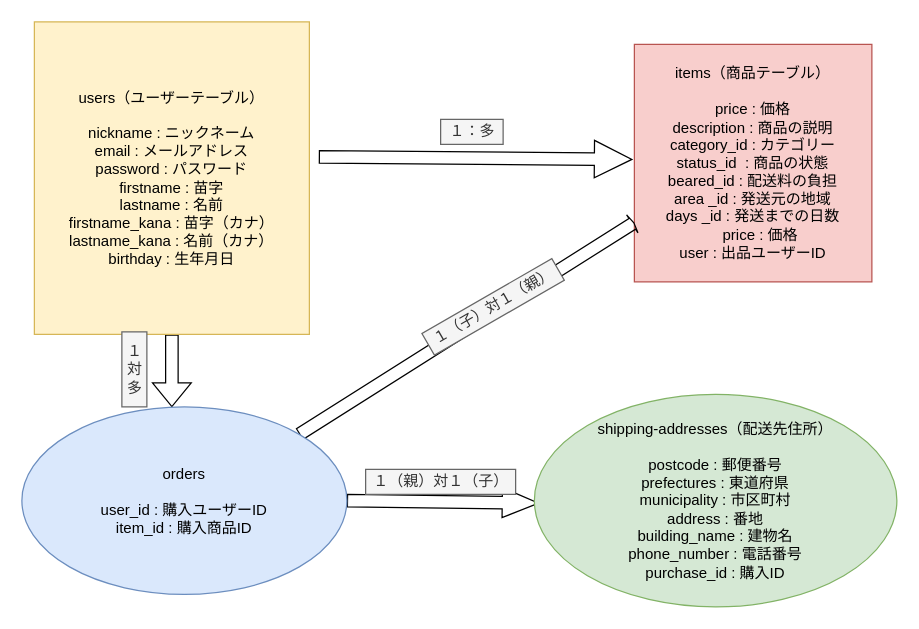
This is erfigure.drawio from Toshi0619/furima-29092, a draw.io file, before an edit. Source tidied: cells renumbered, new cells numbered last; positions are measured from the earlier drawing's top-left corner, leaving out a move shared by most shapes. Both pictures are drawn from the tidied source at 125%, with x=0, y=0 at pixel (21, 21).
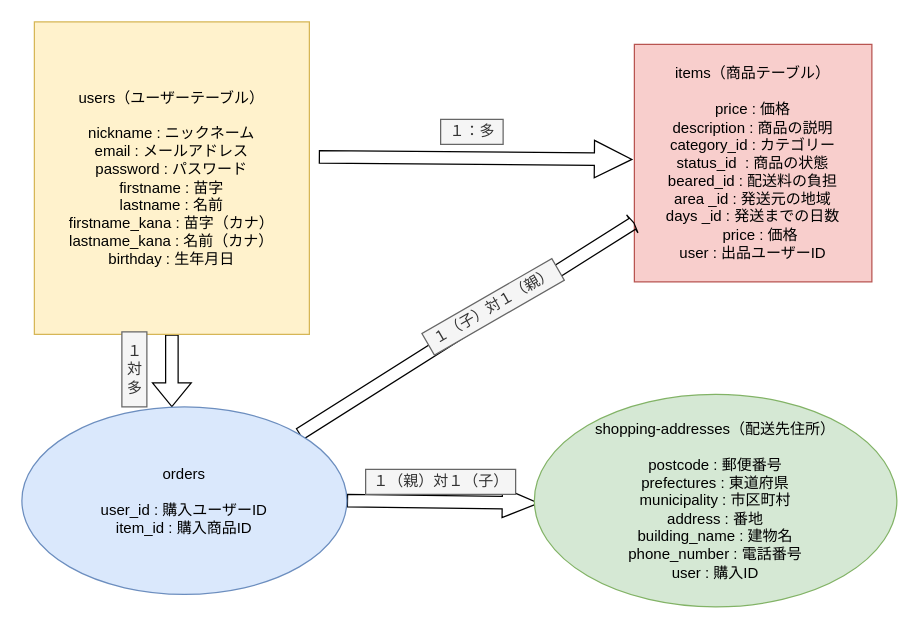
The same page after the edit.

The edit, as a diff of the source:
```diff
@@
 <mxGraphModel>
   <root>
     <mxCell id="0" />
     <mxCell id="1" parent="0" />
     <mxCell id="2" style="edgeStyle=orthogonalEdgeStyle;shape=arrow;rounded=0;orthogonalLoop=1;jettySize=auto;html=1;" parent="1" edge="1">
       <mxGeometry relative="1" as="geometry">
         <mxPoint x="238" y="108" as="sourcePoint" />
         <mxPoint x="488" y="110" as="targetPoint" />
       </mxGeometry>
     </mxCell>
     <mxCell id="3" style="edgeStyle=orthogonalEdgeStyle;shape=flexArrow;rounded=0;jumpSize=13;jettySize=auto;html=1;fontColor=#000000;" parent="1" edge="1" source="4" target="8">
       <mxGeometry relative="1" as="geometry">
         <Array as="points">
           <mxPoint x="120" y="328" />
           <mxPoint x="120" y="328" />
         </Array>
       </mxGeometry>
     </mxCell>
     <mxCell id="4" value="users（ユーザーテーブル）&lt;br&gt;&lt;br&gt;nickname : ニックネーム&lt;br&gt;email : メールアドレス&lt;br&gt;password : パスワード&lt;br&gt;firstname : 苗字&lt;br&gt;lastname : 名前&lt;br&gt;firstname_kana : 苗字（カナ）&lt;br&gt;lastname_kana : 名前（カナ）&lt;br&gt;birthday : 生年月日" style="whiteSpace=wrap;html=1;fillColor=#fff2cc;strokeColor=#d6b656;fontColor=#000000;" parent="1" vertex="1">
       <mxGeometry x="10" width="220" height="250" as="geometry" />
     </mxCell>
     <mxCell id="5" value="items（商品テーブル）&lt;br&gt;&lt;br&gt;price : 価格&lt;br&gt;description : 商品の説明&lt;br&gt;category_id : カテゴリー&lt;br&gt;status_id&amp;nbsp;&amp;nbsp;: 商品の状態&lt;br&gt;beared_id&amp;nbsp;: 配送料の負担&lt;br&gt;area _id : 発送元の地域&lt;br&gt;days _id : 発送までの日数&lt;br&gt;　price : 価格&lt;br&gt;user : 出品ユーザーID" style="whiteSpace=wrap;html=1;fillColor=#f8cecc;strokeColor=#b85450;fontColor=#000000;" parent="1" vertex="1">
       <mxGeometry x="490" y="18" width="190" height="190" as="geometry" />
     </mxCell>
     <mxCell id="6" style="edgeStyle=none;shape=flexArrow;rounded=0;jumpSize=13;jettySize=auto;html=1;exitX=1;exitY=0;exitDx=0;exitDy=0;entryX=0;entryY=0.75;entryDx=0;entryDy=0;fontColor=#000000;endWidth=6;endSize=0.16;" parent="1" edge="1" source="8" target="5">
       <mxGeometry relative="1" as="geometry" />
     </mxCell>
     <mxCell id="7" style="edgeStyle=none;shape=flexArrow;rounded=0;jumpSize=13;jettySize=auto;html=1;entryX=-0.014;entryY=0.544;entryDx=0;entryDy=0;entryPerimeter=0;fontColor=#000000;endWidth=13;endSize=9.37;exitX=1;exitY=0.5;exitDx=0;exitDy=0;" parent="1" edge="1" source="8">
       <mxGeometry relative="1" as="geometry">
         <mxPoint x="413.9" y="385" as="targetPoint" />
       </mxGeometry>
     </mxCell>
     <mxCell id="8" value="orders&lt;br&gt;&lt;br&gt;user_id : 購入ユーザーID&lt;br&gt;item_id : 購入商品ID" style="ellipse;whiteSpace=wrap;html=1;fillColor=#dae8fc;strokeColor=#6c8ebf;fontColor=#000000;" parent="1" vertex="1">
       <mxGeometry y="308" width="260" height="150" as="geometry" />
     </mxCell>
-    <mxCell id="9" value="shipping-addresses（配送先住所）&lt;br&gt;&lt;br&gt;postcode : 郵便番号&lt;br&gt;prefectures : 東道府県&lt;br&gt;municipality : 市区町村&lt;br&gt;address : 番地&lt;br&gt;building_name : 建物名&lt;br&gt;phone_number : 電話番号&lt;br&gt;purchase_id : 購入ID" style="ellipse;whiteSpace=wrap;html=1;fillColor=#d5e8d4;strokeColor=#82b366;fontColor=#000000;" parent="1" vertex="1">
+    <mxCell id="9" value="shopping-addresses（配送先住所）&lt;br&gt;&lt;br&gt;postcode : 郵便番号&lt;br&gt;prefectures : 東道府県&lt;br&gt;municipality : 市区町村&lt;br&gt;address : 番地&lt;br&gt;building_name : 建物名&lt;br&gt;phone_number : 電話番号&lt;br&gt;user : 購入ID" style="ellipse;whiteSpace=wrap;html=1;fillColor=#d5e8d4;strokeColor=#82b366;fontColor=#000000;" parent="1" vertex="1">
       <mxGeometry x="410" y="298" width="290" height="170" as="geometry" />
     </mxCell>
     <mxCell id="10" value="１：多" style="text;html=1;align=center;verticalAlign=middle;fillColor=#f5f5f5;strokeColor=#666666;rounded=0;fontColor=#333333;" parent="1" vertex="1">
       <mxGeometry x="335" y="78" width="50" height="20" as="geometry" />
     </mxCell>
     <mxCell id="11" value="１（子）対１（親）" style="text;html=1;align=center;verticalAlign=middle;fillColor=#f5f5f5;strokeColor=#666666;rounded=0;fontColor=#333333;rotation=-30;" parent="1" vertex="1">
       <mxGeometry x="317" y="218" width="120" height="20" as="geometry" />
     </mxCell>
     <mxCell id="12" value="１（親）対１（子）" style="text;html=1;align=center;verticalAlign=middle;fillColor=#f5f5f5;strokeColor=#666666;rounded=0;fontColor=#333333;" parent="1" vertex="1">
       <mxGeometry x="275" y="358" width="120" height="20" as="geometry" />
     </mxCell>
     <mxCell id="13" value="１&lt;br&gt;対&lt;br&gt;多" style="text;html=1;align=center;verticalAlign=middle;fillColor=#f5f5f5;strokeColor=#666666;rounded=0;fontColor=#333333;rotation=90;horizontal=0;" parent="1" vertex="1">
       <mxGeometry x="60" y="268" width="60" height="20" as="geometry" />
     </mxCell>
   </root>
 </mxGraphModel>
```
